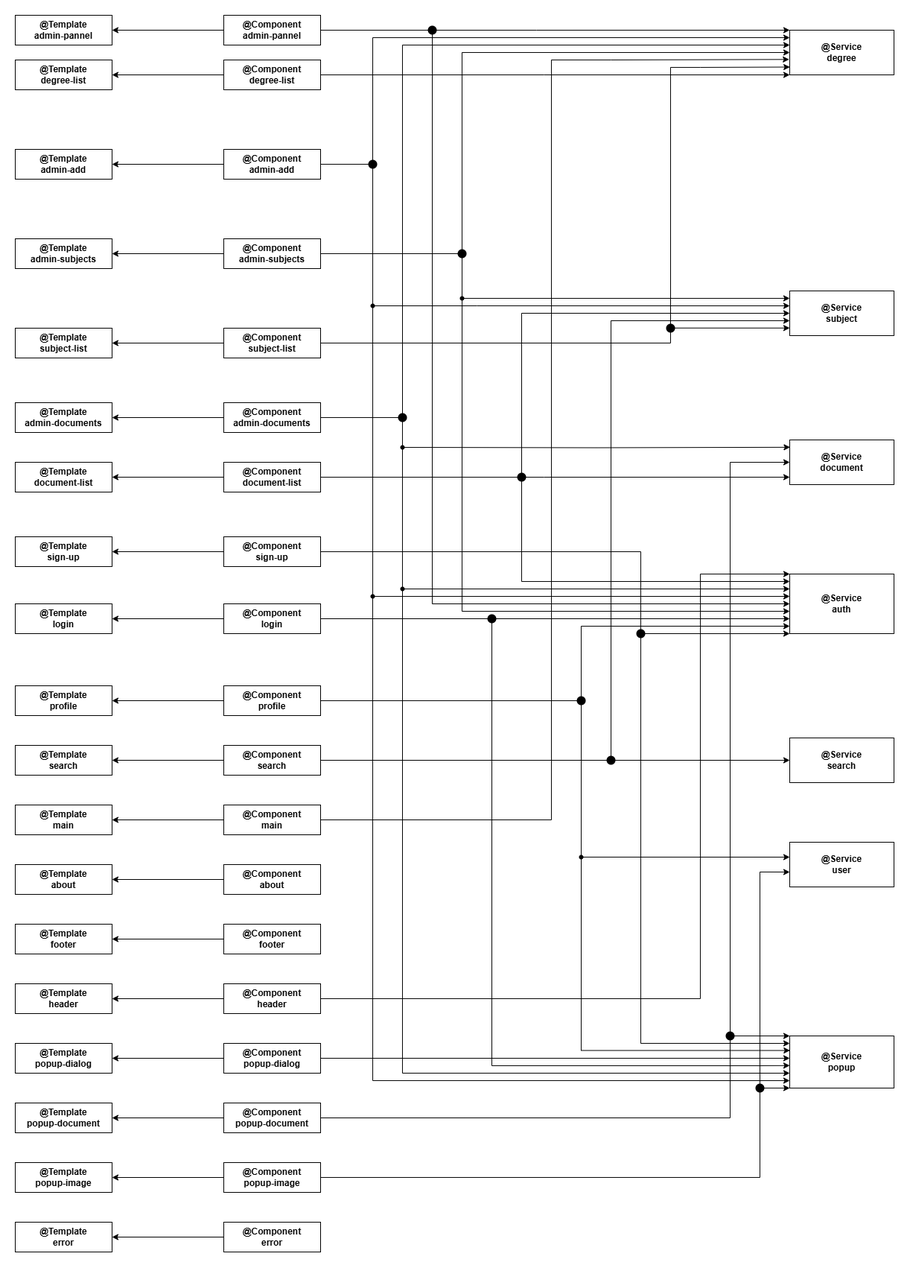
This is images/frontend.png from codeurjc-students/2024-snap-study, a draw.io export, as it was before one commit. Source tidied: cells renumbered, new cells last; positions are measured from the earlier drawing's top-left corner, leaving out a move shared by most shapes.
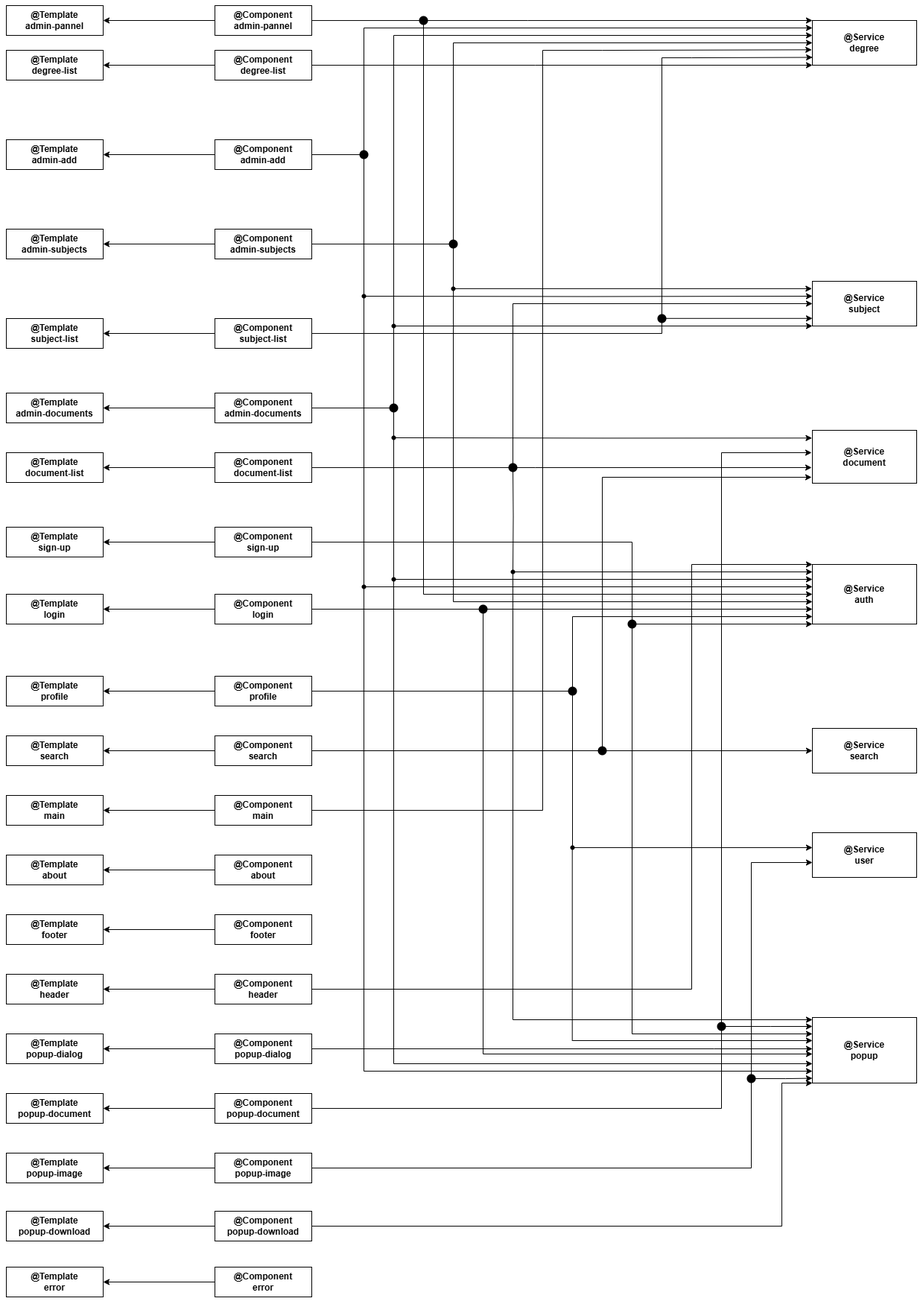
After the change.

The edit, as a diff of the source:
```diff
@@ -5,21 +5,21 @@
     <mxCell id="2" value="&lt;b&gt;@Service&lt;/b&gt;&lt;div&gt;&lt;b&gt;auth&lt;/b&gt;&lt;/div&gt;" style="whiteSpace=wrap;html=1;align=center;" parent="1" vertex="1">
-      <mxGeometry x="1040" y="750" width="140" height="80" as="geometry" />
+      <mxGeometry x="1082" y="750" width="140" height="80" as="geometry" />
     </mxCell>
     <mxCell id="3" value="&lt;b&gt;@Service&lt;/b&gt;&lt;div&gt;&lt;b&gt;degree&lt;/b&gt;&lt;/div&gt;" style="whiteSpace=wrap;html=1;align=center;" parent="1" vertex="1">
-      <mxGeometry x="1040" y="20" width="140" height="60" as="geometry" />
+      <mxGeometry x="1082" y="20" width="140" height="60" as="geometry" />
     </mxCell>
     <mxCell id="4" value="&lt;b&gt;@Service&lt;/b&gt;&lt;div&gt;&lt;b&gt;document&lt;/b&gt;&lt;/div&gt;" style="whiteSpace=wrap;html=1;align=center;" parent="1" vertex="1">
-      <mxGeometry x="1040" y="570" width="140" height="60" as="geometry" />
+      <mxGeometry x="1082" y="570" width="140" height="71" as="geometry" />
     </mxCell>
-    <mxCell id="5" value="&lt;b&gt;@Service&lt;/b&gt;&lt;div&gt;&lt;b&gt;popup&lt;/b&gt;&lt;/div&gt;" style="whiteSpace=wrap;html=1;align=center;" parent="1" vertex="1">
-      <mxGeometry x="1040" y="1370" width="140" height="70" as="geometry" />
+    <mxCell id="5" value="&lt;b&gt;@Service&lt;/b&gt;&lt;div&gt;&lt;b&gt;popup&lt;/b&gt;&lt;/div&gt;" style="whiteSpace=wrap;html=1;align=center;imageWidth=24;" parent="1" vertex="1">
+      <mxGeometry x="1082" y="1358" width="140" height="88" as="geometry" />
     </mxCell>
     <mxCell id="6" value="&lt;b&gt;@Service&lt;/b&gt;&lt;div&gt;&lt;b&gt;search&lt;/b&gt;&lt;/div&gt;" style="whiteSpace=wrap;html=1;align=center;" parent="1" vertex="1">
-      <mxGeometry x="1040" y="970" width="140" height="60" as="geometry" />
+      <mxGeometry x="1082" y="970" width="140" height="60" as="geometry" />
     </mxCell>
     <mxCell id="7" value="&lt;b&gt;@Service&lt;/b&gt;&lt;div&gt;&lt;b&gt;subject&lt;/b&gt;&lt;/div&gt;" style="whiteSpace=wrap;html=1;align=center;" parent="1" vertex="1">
-      <mxGeometry x="1040" y="370" width="140" height="60" as="geometry" />
+      <mxGeometry x="1082" y="370" width="140" height="60" as="geometry" />
     </mxCell>
     <mxCell id="8" value="&lt;b&gt;@Service&lt;/b&gt;&lt;div&gt;&lt;b&gt;user&lt;/b&gt;&lt;/div&gt;" style="whiteSpace=wrap;html=1;align=center;" parent="1" vertex="1">
-      <mxGeometry x="1040" y="1110" width="140" height="60" as="geometry" />
+      <mxGeometry x="1082" y="1110" width="140" height="60" as="geometry" />
     </mxCell>
@@ -103,3 +103,3 @@
       <mxGeometry relative="1" as="geometry">
-        <mxPoint x="1040" y="620" as="targetPoint" />
+        <mxPoint x="1081" y="620" as="targetPoint" />
         <Array as="points">
@@ -154,3 +154,3 @@
     </mxCell>
-    <mxCell id="39" style="edgeStyle=orthogonalEdgeStyle;rounded=0;jettySize=auto;html=1;entryX=0;entryY=0.143;entryDx=0;entryDy=0;entryPerimeter=0;" parent="1" edge="1" source="41" target="5">
+    <mxCell id="39" style="edgeStyle=orthogonalEdgeStyle;rounded=0;jettySize=auto;html=1;" parent="1" edge="1" source="41" target="5">
       <mxGeometry relative="1" as="geometry">
@@ -180,3 +180,3 @@
     </mxCell>
-    <mxCell id="46" style="endArrow=classic;html=1;rounded=0;edgeStyle=orthogonalEdgeStyle;entryX=0;entryY=0.857;entryDx=0;entryDy=0;entryPerimeter=0;" parent="1" edge="1" source="47" target="5">
+    <mxCell id="46" style="endArrow=classic;html=1;rounded=0;edgeStyle=orthogonalEdgeStyle;" parent="1" edge="1" source="47" target="5">
       <mxGeometry relative="1" as="geometry">
@@ -197,13 +197,8 @@
     </mxCell>
-    <mxCell id="49" style="endArrow=classic;html=1;rounded=0;edgeStyle=orthogonalEdgeStyle;" parent="1" edge="1">
+    <mxCell id="49" style="endArrow=classic;html=1;rounded=0;edgeStyle=orthogonalEdgeStyle;entryX=0;entryY=0.333;entryDx=0;entryDy=0;entryPerimeter=0;" parent="1" edge="1" target="7">
       <mxGeometry relative="1" as="geometry">
         <mxPoint x="480" y="390" as="sourcePoint" />
-        <mxPoint x="1040" y="390" as="targetPoint" />
-        <Array as="points">
-          <mxPoint x="620" y="390" />
-          <mxPoint x="620" y="390" />
-        </Array>
       </mxGeometry>
     </mxCell>
-    <mxCell id="50" style="endArrow=classic;html=1;rounded=0;edgeStyle=orthogonalEdgeStyle;entryX=0;entryY=0.333;entryDx=0;entryDy=0;entryPerimeter=0;" parent="1" edge="1" source="54" target="3">
+    <mxCell id="50" style="endArrow=classic;html=1;rounded=0;edgeStyle=orthogonalEdgeStyle;entryX=0;entryY=0.333;entryDx=0;entryDy=0;entryPerimeter=0;" parent="1" edge="1" source="126" target="3">
       <mxGeometry relative="1" as="geometry">
@@ -214,3 +209,3 @@
     </mxCell>
-    <mxCell id="51" style="endArrow=classic;html=1;rounded=0;edgeStyle=orthogonalEdgeStyle;entryX=0.003;entryY=0.164;entryDx=0;entryDy=0;entryPerimeter=0;" parent="1" edge="1" target="4">
+    <mxCell id="51" style="endArrow=classic;html=1;rounded=0;edgeStyle=orthogonalEdgeStyle;entryX=-0.004;entryY=0.146;entryDx=0;entryDy=0;entryPerimeter=0;" parent="1" edge="1" target="4">
       <mxGeometry relative="1" as="geometry">
@@ -233,3 +228,3 @@
     </mxCell>
-    <mxCell id="55" style="endArrow=classic;html=1;rounded=0;edgeStyle=orthogonalEdgeStyle;entryX=0;entryY=0.714;entryDx=0;entryDy=0;entryPerimeter=0;" parent="1" edge="1" source="56" target="5">
+    <mxCell id="55" style="endArrow=classic;html=1;rounded=0;edgeStyle=orthogonalEdgeStyle;" parent="1" edge="1" source="56" target="5">
       <mxGeometry relative="1" as="geometry">
@@ -254,8 +249,6 @@
     </mxCell>
-    <mxCell id="59" style="endArrow=classic;html=1;rounded=0;edgeStyle=orthogonalEdgeStyle;exitX=0.42;exitY=0.73;exitDx=0;exitDy=0;exitPerimeter=0;" parent="1" edge="1" source="60">
+    <mxCell id="59" style="endArrow=classic;html=1;rounded=0;edgeStyle=orthogonalEdgeStyle;exitX=0.42;exitY=0.73;exitDx=0;exitDy=0;exitPerimeter=0;entryX=-0.005;entryY=0.165;entryDx=0;entryDy=0;entryPerimeter=0;" parent="1" edge="1" source="60" target="7">
       <mxGeometry relative="1" as="geometry">
-        <mxPoint x="1040" y="380" as="targetPoint" />
         <Array as="points">
           <mxPoint x="600" y="380" />
-          <mxPoint x="1040" y="380" />
         </Array>
@@ -277,7 +270,6 @@
     </mxCell>
-    <mxCell id="63" style="endArrow=classic;html=1;rounded=0;edgeStyle=orthogonalEdgeStyle;entryX=0;entryY=0.568;entryDx=0;entryDy=0;entryPerimeter=0;" parent="1" edge="1" source="64" target="5">
+    <mxCell id="63" style="edgeStyle=orthogonalEdgeStyle;rounded=0;jettySize=auto;html=1;" parent="1" edge="1" source="64" target="5">
       <mxGeometry relative="1" as="geometry">
         <Array as="points">
-          <mxPoint x="640" y="1410" />
-          <mxPoint x="1000" y="1410" />
+          <mxPoint x="640" y="1407" />
         </Array>
@@ -296,5 +288,4 @@
     </mxCell>
-    <mxCell id="66" style="endArrow=classic;html=1;rounded=0;edgeStyle=orthogonalEdgeStyle;entryX=0;entryY=0.125;entryDx=0;entryDy=0;entryPerimeter=0;" parent="1" edge="1" target="2">
+    <mxCell id="66" style="endArrow=classic;html=1;rounded=0;edgeStyle=orthogonalEdgeStyle;entryX=0;entryY=0.125;entryDx=0;entryDy=0;entryPerimeter=0;" parent="1" edge="1" source="136" target="2">
       <mxGeometry relative="1" as="geometry">
-        <mxPoint x="680" y="620" as="sourcePoint" />
         <Array as="points">
@@ -314,5 +305,4 @@
     </mxCell>
-    <mxCell id="69" style="endArrow=classic;html=1;rounded=0;edgeStyle=orthogonalEdgeStyle;" parent="1" edge="1" source="70">
+    <mxCell id="69" style="endArrow=classic;html=1;rounded=0;edgeStyle=orthogonalEdgeStyle;" parent="1" edge="1" source="70" target="8">
       <mxGeometry relative="1" as="geometry">
-        <mxPoint x="1040" y="1130" as="targetPoint" />
         <Array as="points">
@@ -325,6 +315,7 @@
     </mxCell>
-    <mxCell id="71" style="endArrow=classic;html=1;rounded=0;edgeStyle=orthogonalEdgeStyle;entryX=0.002;entryY=0.279;entryDx=0;entryDy=0;entryPerimeter=0;" parent="1" edge="1" source="72" target="5">
+    <mxCell id="71" style="endArrow=classic;html=1;rounded=0;edgeStyle=orthogonalEdgeStyle;" parent="1" edge="1" target="5">
       <mxGeometry relative="1" as="geometry">
+        <mxPoint x="759.7" y="1129" as="sourcePoint" />
         <Array as="points">
-          <mxPoint x="760" y="1390" />
+          <mxPoint x="760" y="1389" />
         </Array>
@@ -335,9 +326,2 @@
     </mxCell>
-    <mxCell id="73" style="endArrow=classic;html=1;rounded=0;edgeStyle=orthogonalEdgeStyle;" parent="1" edge="1" source="75" target="7">
-      <mxGeometry relative="1" as="geometry">
-        <Array as="points">
-          <mxPoint x="800" y="410" />
-        </Array>
-      </mxGeometry>
-    </mxCell>
     <mxCell id="74" style="endArrow=classic;html=1;rounded=0;edgeStyle=orthogonalEdgeStyle;entryDx=0;entryDy=0;entryPerimeter=0;" parent="1" edge="1" target="75">
@@ -347,2 +331,12 @@
     </mxCell>
+    <mxCell id="122" style="edgeStyle=orthogonalEdgeStyle;rounded=0;orthogonalLoop=1;jettySize=auto;html=1;" parent="1" edge="1">
+      <mxGeometry relative="1" as="geometry">
+        <mxPoint x="803" y="1003" as="sourcePoint" />
+        <mxPoint x="1081" y="633" as="targetPoint" />
+        <Array as="points">
+          <mxPoint x="800" y="1003" />
+          <mxPoint x="800" y="633" />
+        </Array>
+      </mxGeometry>
+    </mxCell>
     <mxCell id="75" style="shape=waypoint;sketch=0;fillStyle=solid;size=6;points=[];fillColor=none;perimeter=centerPerimeter;snapToPoint=1;strokeWidth=4;" parent="1" vertex="1">
@@ -428,10 +422,2 @@
     </mxCell>
-    <mxCell id="93" style="edgeStyle=orthogonalEdgeStyle;rounded=0;jettySize=auto;html=1;exitX=1;exitY=0.5;exitDx=0;exitDy=0;entryX=0;entryY=0;entryDx=0;entryDy=0;" parent="1" edge="1" source="95" target="5">
-      <mxGeometry relative="1" as="geometry">
-        <Array as="points">
-          <mxPoint x="960" y="1480" />
-          <mxPoint x="960" y="1370" />
-        </Array>
-      </mxGeometry>
-    </mxCell>
     <mxCell id="94" style="edgeStyle=orthogonalEdgeStyle;rounded=0;jettySize=auto;html=1;entryX=1;entryY=0.5;entryDx=0;entryDy=0;" parent="1" edge="1" source="95" target="89">
@@ -439,2 +425,5 @@
     </mxCell>
+    <mxCell id="123" style="edgeStyle=orthogonalEdgeStyle;rounded=0;jettySize=auto;html=1;endArrow=none;startFill=0;" parent="1" edge="1" source="95" target="97">
+      <mxGeometry relative="1" as="geometry" />
+    </mxCell>
     <mxCell id="95" value="&lt;b&gt;@Component&lt;/b&gt;&lt;div&gt;&lt;b&gt;popup-document&lt;/b&gt;&lt;/div&gt;" style="whiteSpace=wrap;html=1;align=center;" parent="1" vertex="1">
@@ -442,5 +431,6 @@
     </mxCell>
-    <mxCell id="96" style="endArrow=classic;html=1;rounded=0;edgeStyle=orthogonalEdgeStyle;entryX=0;entryY=0.5;entryDx=0;entryDy=0;" parent="1" edge="1" target="4">
+    <mxCell id="96" style="endArrow=classic;html=1;rounded=0;edgeStyle=orthogonalEdgeStyle;" parent="1" edge="1">
       <mxGeometry relative="1" as="geometry">
         <mxPoint x="960" y="1370" as="sourcePoint" />
+        <mxPoint x="1081" y="600" as="targetPoint" />
         <Array as="points">
@@ -453,10 +443,2 @@
     </mxCell>
-    <mxCell id="98" style="edgeStyle=orthogonalEdgeStyle;rounded=0;jettySize=auto;html=1;entryX=0;entryY=1;entryDx=0;entryDy=0;" parent="1" edge="1" source="100" target="5">
-      <mxGeometry relative="1" as="geometry">
-        <Array as="points">
-          <mxPoint x="1000" y="1560" />
-          <mxPoint x="1000" y="1440" />
-        </Array>
-      </mxGeometry>
-    </mxCell>
     <mxCell id="99" style="edgeStyle=orthogonalEdgeStyle;rounded=0;jettySize=auto;html=1;entryX=1;entryY=0.5;entryDx=0;entryDy=0;" parent="1" edge="1" source="100" target="101">
@@ -485,6 +467,6 @@
     <mxCell id="105" value="&lt;b&gt;@Component&lt;/b&gt;&lt;div&gt;&lt;b&gt;error&lt;/b&gt;&lt;/div&gt;" style="whiteSpace=wrap;html=1;align=center;" parent="1" vertex="1">
-      <mxGeometry x="280" y="1620" width="130" height="40" as="geometry" />
+      <mxGeometry x="280" y="1693" width="130" height="40" as="geometry" />
     </mxCell>
     <mxCell id="106" value="&lt;b&gt;@Template&lt;/b&gt;&lt;div&gt;&lt;b&gt;error&lt;/b&gt;&lt;/div&gt;" style="whiteSpace=wrap;html=1;align=center;" parent="1" vertex="1">
-      <mxGeometry y="1620" width="130" height="40" as="geometry" />
+      <mxGeometry y="1693" width="130" height="40" as="geometry" />
     </mxCell>
@@ -535,2 +517,58 @@
     </mxCell>
+    <mxCell id="124" style="endArrow=none;html=1;rounded=0;edgeStyle=orthogonalEdgeStyle;entryDx=0;entryDy=0;entryPerimeter=0;startFill=0;" parent="1" edge="1" source="54" target="126">
+      <mxGeometry relative="1" as="geometry" />
+    </mxCell>
+    <mxCell id="125" style="edgeStyle=orthogonalEdgeStyle;rounded=0;jettySize=auto;html=1;entryX=0;entryY=1;entryDx=0;entryDy=0;" parent="1" edge="1" source="126" target="7">
+      <mxGeometry relative="1" as="geometry">
+        <Array as="points">
+          <mxPoint x="520" y="430" />
+        </Array>
+      </mxGeometry>
+    </mxCell>
+    <mxCell id="126" style="shape=waypoint;sketch=0;fillStyle=solid;size=6;points=[];fillColor=none;perimeter=centerPerimeter;snapToPoint=1;" parent="1" vertex="1">
+      <mxGeometry x="510" y="420" width="20" height="20" as="geometry" />
+    </mxCell>
+    <mxCell id="127" style="edgeStyle=orthogonalEdgeStyle;rounded=0;jettySize=auto;html=1;" parent="1" edge="1" source="129" target="130">
+      <mxGeometry relative="1" as="geometry" />
+    </mxCell>
+    <mxCell id="128" style="edgeStyle=orthogonalEdgeStyle;rounded=0;jettySize=auto;html=1;entryX=0;entryY=1;entryDx=0;entryDy=0;" parent="1" edge="1" source="129" target="5">
+      <mxGeometry relative="1" as="geometry">
+        <Array as="points">
+          <mxPoint x="1041" y="1638" />
+          <mxPoint x="1041" y="1446" />
+        </Array>
+      </mxGeometry>
+    </mxCell>
+    <mxCell id="129" value="&lt;b&gt;@Component&lt;/b&gt;&lt;div&gt;&lt;b&gt;popup-download&lt;/b&gt;&lt;/div&gt;" style="whiteSpace=wrap;html=1;align=center;" parent="1" vertex="1">
+      <mxGeometry x="280" y="1618" width="130" height="40" as="geometry" />
+    </mxCell>
+    <mxCell id="130" value="&lt;b&gt;@Template&lt;/b&gt;&lt;div&gt;&lt;b&gt;popup-download&lt;/b&gt;&lt;/div&gt;" style="whiteSpace=wrap;html=1;align=center;" parent="1" vertex="1">
+      <mxGeometry y="1618" width="130" height="40" as="geometry" />
+    </mxCell>
+    <mxCell id="131" style="edgeStyle=orthogonalEdgeStyle;rounded=0;jettySize=auto;html=1;entryX=0.303;entryY=0.388;entryDx=0;entryDy=0;entryPerimeter=0;endArrow=none;startFill=0;" parent="1" edge="1" source="100" target="103">
+      <mxGeometry relative="1" as="geometry" />
+    </mxCell>
+    <mxCell id="132" style="edgeStyle=orthogonalEdgeStyle;rounded=0;jettySize=auto;html=1;entryX=-0.001;entryY=0.927;entryDx=0;entryDy=0;entryPerimeter=0;" parent="1" edge="1" source="103" target="5">
+      <mxGeometry relative="1" as="geometry" />
+    </mxCell>
+    <mxCell id="133" style="edgeStyle=orthogonalEdgeStyle;rounded=0;jettySize=auto;html=1;" parent="1" edge="1" source="97">
+      <mxGeometry relative="1" as="geometry">
+        <mxPoint x="1082" y="1370" as="targetPoint" />
+      </mxGeometry>
+    </mxCell>
+    <mxCell id="134" style="endArrow=none;html=1;rounded=0;edgeStyle=orthogonalEdgeStyle;entryDx=0;entryDy=0;entryPerimeter=0;startFill=0;" parent="1" edge="1" target="136">
+      <mxGeometry relative="1" as="geometry">
+        <mxPoint x="680" y="620" as="sourcePoint" />
+      </mxGeometry>
+    </mxCell>
+    <mxCell id="135" style="edgeStyle=orthogonalEdgeStyle;rounded=0;jettySize=auto;html=1;entryX=0;entryY=0.034;entryDx=0;entryDy=0;entryPerimeter=0;" parent="1" edge="1" source="136" target="5">
+      <mxGeometry relative="1" as="geometry">
+        <Array as="points">
+          <mxPoint x="680" y="1361" />
+        </Array>
+      </mxGeometry>
+    </mxCell>
+    <mxCell id="136" style="shape=waypoint;sketch=0;fillStyle=solid;size=6;points=[];fillColor=none;perimeter=centerPerimeter;snapToPoint=1;" parent="1" vertex="1">
+      <mxGeometry x="670" y="750" width="20" height="20" as="geometry" />
+    </mxCell>
   </root>
```
